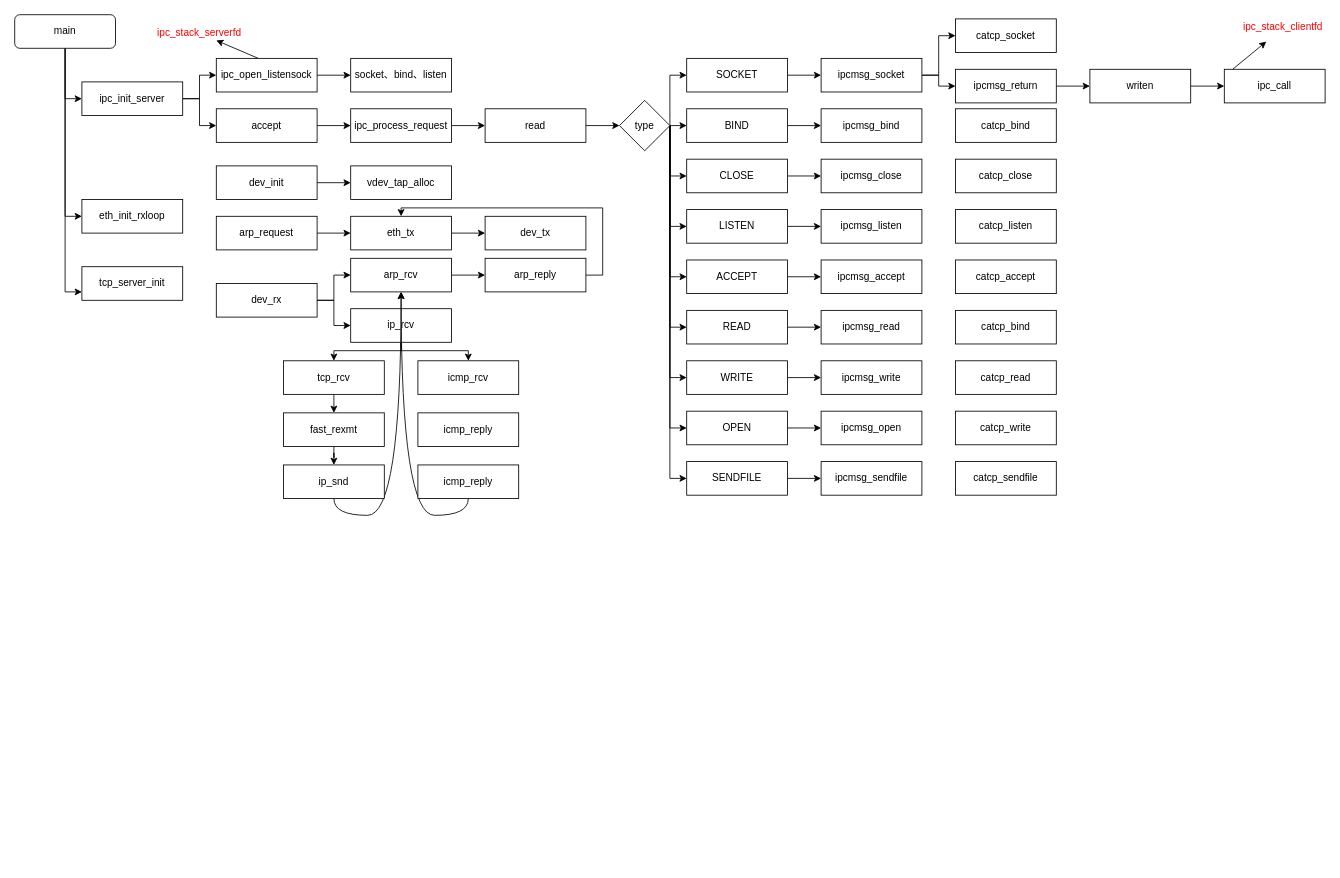
Above: taptcpip.drawio in ctimbai/draw.io (draw.io), before the change. Source tidied: cells renumbered, new cells numbered last; positions are measured from the earlier drawing's top-left corner, leaving out a move shared by most shapes. Both pictures are drawn from the tidied source at 84%, with x=0, y=0 at pixel (14, 14).
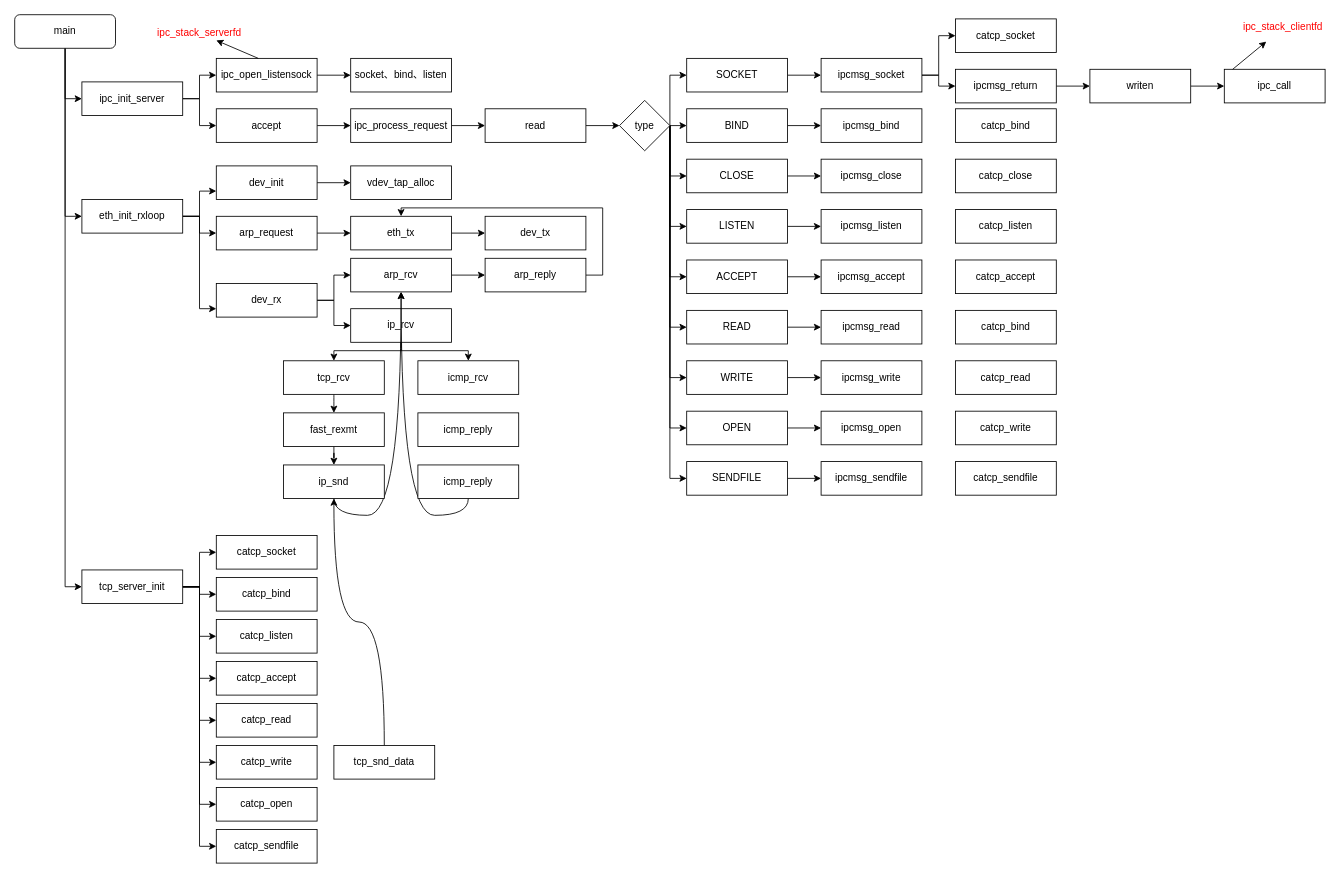
The same diagram, later.

The change refers to these unchanged cells:
```xml
<mxCell id="5" value="main" style="rounded=1;whiteSpace=wrap;html=1;" parent="1" vertex="1">
  <mxGeometry width="120" height="40" as="geometry" />
</mxCell>
<mxCell id="9" value="eth_init_rxloop" style="rounded=0;whiteSpace=wrap;html=1;" parent="1" vertex="1">
  <mxGeometry x="80" y="220" width="120" height="40" as="geometry" />
</mxCell>
<mxCell id="78" value="dev_init" style="rounded=0;whiteSpace=wrap;html=1;" parent="1" vertex="1">
  <mxGeometry x="240" y="180" width="120" height="40" as="geometry" />
</mxCell>
<mxCell id="81" value="arp_request" style="rounded=0;whiteSpace=wrap;html=1;" parent="1" vertex="1">
  <mxGeometry x="240" y="240" width="120" height="40" as="geometry" />
</mxCell>
<mxCell id="87" value="dev_rx" style="rounded=0;whiteSpace=wrap;html=1;" parent="1" vertex="1">
  <mxGeometry x="240" y="320" width="120" height="40" as="geometry" />
</mxCell>
<mxCell id="104" value="ip_snd" style="rounded=0;whiteSpace=wrap;html=1;" parent="1" vertex="1">
  <mxGeometry x="320" y="536" width="120" height="40" as="geometry" />
</mxCell>
```

What changed in the source:
```diff
@@
-    <mxCell id="2" style="edgeStyle=orthogonalEdgeStyle;rounded=0;jettySize=auto;html=1;exitX=0.5;exitY=1;exitDx=0;exitDy=0;entryX=0;entryY=0.75;entryDx=0;entryDy=0;" parent="1" edge="1" source="5" target="10">
+    <mxCell id="2" style="edgeStyle=orthogonalEdgeStyle;rounded=0;jettySize=auto;html=1;exitX=0.5;exitY=1;exitDx=0;exitDy=0;entryX=0;entryY=0.5;entryDx=0;entryDy=0;" parent="1" edge="1" source="5" target="10">
       <mxGeometry relative="1" as="geometry" />
     </mxCell>
@@
+    <mxCell id="105" style="edgeStyle=orthogonalEdgeStyle;rounded=0;jettySize=auto;html=1;exitX=1;exitY=0.5;exitDx=0;exitDy=0;entryX=0;entryY=0.75;entryDx=0;entryDy=0;" parent="1" edge="1" source="9" target="78">
+      <mxGeometry relative="1" as="geometry" />
+    </mxCell>
+    <mxCell id="106" style="edgeStyle=orthogonalEdgeStyle;rounded=0;jettySize=auto;html=1;exitX=1;exitY=0.5;exitDx=0;exitDy=0;entryX=0;entryY=0.5;entryDx=0;entryDy=0;" parent="1" edge="1" source="9" target="81">
+      <mxGeometry relative="1" as="geometry" />
+    </mxCell>
+    <mxCell id="107" style="edgeStyle=orthogonalEdgeStyle;rounded=0;jettySize=auto;html=1;exitX=1;exitY=0.5;exitDx=0;exitDy=0;entryX=0;entryY=0.75;entryDx=0;entryDy=0;" parent="1" edge="1" source="9" target="87">
+      <mxGeometry relative="1" as="geometry" />
+    </mxCell>
@@
+    <mxCell id="108" style="edgeStyle=orthogonalEdgeStyle;rounded=0;jettySize=auto;html=1;exitX=1;exitY=0.5;exitDx=0;exitDy=0;entryX=0;entryY=0.5;entryDx=0;entryDy=0;" parent="1" edge="1" source="10" target="116">
+      <mxGeometry relative="1" as="geometry" />
+    </mxCell>
+    <mxCell id="109" style="edgeStyle=orthogonalEdgeStyle;rounded=0;jettySize=auto;html=1;exitX=1;exitY=0.5;exitDx=0;exitDy=0;entryX=0;entryY=0.5;entryDx=0;entryDy=0;" parent="1" edge="1" source="10" target="117">
+      <mxGeometry relative="1" as="geometry" />
+    </mxCell>
+    <mxCell id="110" style="edgeStyle=orthogonalEdgeStyle;rounded=0;jettySize=auto;html=1;exitX=1;exitY=0.5;exitDx=0;exitDy=0;entryX=0;entryY=0.5;entryDx=0;entryDy=0;" parent="1" edge="1" source="10" target="118">
+      <mxGeometry relative="1" as="geometry" />
+    </mxCell>
+    <mxCell id="111" style="edgeStyle=orthogonalEdgeStyle;rounded=0;jettySize=auto;html=1;exitX=1;exitY=0.5;exitDx=0;exitDy=0;entryX=0;entryY=0.5;entryDx=0;entryDy=0;" parent="1" edge="1" source="10" target="119">
+      <mxGeometry relative="1" as="geometry" />
+    </mxCell>
+    <mxCell id="112" style="edgeStyle=orthogonalEdgeStyle;rounded=0;jettySize=auto;html=1;exitX=1;exitY=0.5;exitDx=0;exitDy=0;entryX=0;entryY=0.5;entryDx=0;entryDy=0;" parent="1" edge="1" source="10" target="120">
+      <mxGeometry relative="1" as="geometry" />
+    </mxCell>
+    <mxCell id="113" style="edgeStyle=orthogonalEdgeStyle;rounded=0;jettySize=auto;html=1;exitX=1;exitY=0.5;exitDx=0;exitDy=0;entryX=0;entryY=0.5;entryDx=0;entryDy=0;" parent="1" edge="1" source="10" target="121">
+      <mxGeometry relative="1" as="geometry" />
+    </mxCell>
+    <mxCell id="114" style="edgeStyle=orthogonalEdgeStyle;rounded=0;jettySize=auto;html=1;exitX=1;exitY=0.5;exitDx=0;exitDy=0;entryX=0;entryY=0.5;entryDx=0;entryDy=0;" parent="1" edge="1" source="10" target="122">
+      <mxGeometry relative="1" as="geometry" />
+    </mxCell>
+    <mxCell id="115" style="edgeStyle=orthogonalEdgeStyle;rounded=0;jettySize=auto;html=1;exitX=1;exitY=0.5;exitDx=0;exitDy=0;entryX=0;entryY=0.5;entryDx=0;entryDy=0;" parent="1" edge="1" source="10" target="123">
+      <mxGeometry relative="1" as="geometry" />
+    </mxCell>
     <mxCell id="10" value="tcp_server_init" style="rounded=0;whiteSpace=wrap;html=1;" parent="1" vertex="1">
-      <mxGeometry x="80" y="300" width="120" height="40" as="geometry" />
+      <mxGeometry x="80" y="661" width="120" height="40" as="geometry" />
     </mxCell>
@@
+    <mxCell id="116" value="catcp_socket" style="rounded=0;whiteSpace=wrap;html=1;" parent="1" vertex="1">
+      <mxGeometry x="240" y="620" width="120" height="40" as="geometry" />
+    </mxCell>
+    <mxCell id="117" value="catcp_bind" style="rounded=0;whiteSpace=wrap;html=1;" parent="1" vertex="1">
+      <mxGeometry x="240" y="670" width="120" height="40" as="geometry" />
+    </mxCell>
+    <mxCell id="118" value="catcp_listen" style="rounded=0;whiteSpace=wrap;html=1;" parent="1" vertex="1">
+      <mxGeometry x="240" y="720" width="120" height="40" as="geometry" />
+    </mxCell>
+    <mxCell id="119" value="catcp_accept" style="rounded=0;whiteSpace=wrap;html=1;" parent="1" vertex="1">
+      <mxGeometry x="240" y="770" width="120" height="40" as="geometry" />
+    </mxCell>
+    <mxCell id="120" value="catcp_read" style="rounded=0;whiteSpace=wrap;html=1;" parent="1" vertex="1">
+      <mxGeometry x="240" y="820" width="120" height="40" as="geometry" />
+    </mxCell>
+    <mxCell id="121" value="catcp_write" style="rounded=0;whiteSpace=wrap;html=1;" parent="1" vertex="1">
+      <mxGeometry x="240" y="870" width="120" height="40" as="geometry" />
+    </mxCell>
+    <mxCell id="122" value="catcp_open" style="rounded=0;whiteSpace=wrap;html=1;" parent="1" vertex="1">
+      <mxGeometry x="240" y="920" width="120" height="40" as="geometry" />
+    </mxCell>
+    <mxCell id="123" value="catcp_sendfile" style="rounded=0;whiteSpace=wrap;html=1;" parent="1" vertex="1">
+      <mxGeometry x="240" y="970" width="120" height="40" as="geometry" />
+    </mxCell>
+    <mxCell id="124" style="edgeStyle=orthogonalEdgeStyle;rounded=0;jettySize=auto;html=1;exitX=0.5;exitY=0;exitDx=0;exitDy=0;entryX=0.5;entryY=1;entryDx=0;entryDy=0;curved=1;" parent="1" edge="1" source="125" target="104">
+      <mxGeometry relative="1" as="geometry" />
+    </mxCell>
+    <mxCell id="125" value="tcp_snd_data" style="rounded=0;whiteSpace=wrap;html=1;" parent="1" vertex="1">
+      <mxGeometry x="380" y="870" width="120" height="40" as="geometry" />
+    </mxCell>
```
